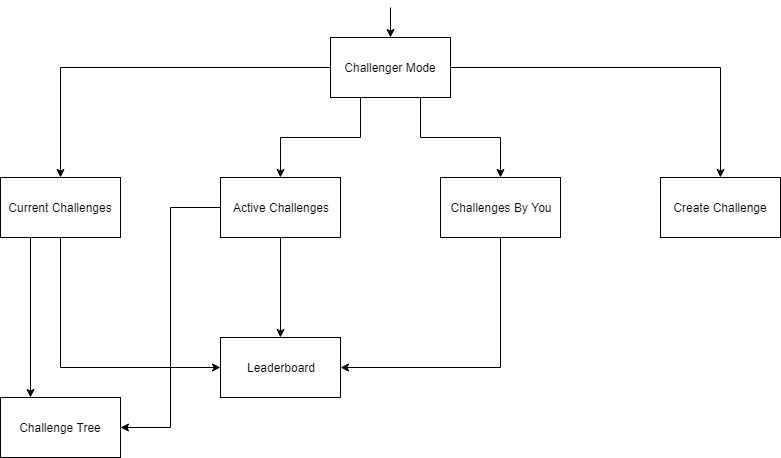
AniG007/TreeCare-Tournament keeps this draw.io diagram as Flowcharts/Challenger mode flowchart.png. Above is the earlier version. Source tidied: cells renumbered, new cells last; positions are measured from the earlier drawing's top-left corner, leaving out a move shared by most shapes.
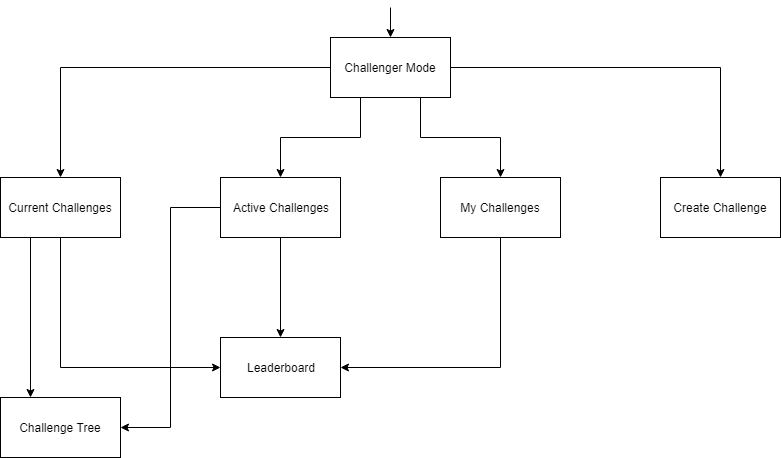
After the change.

What changed in the source:
```diff
@@ -43,7 +43,7 @@
     <mxCell id="14" style="edgeStyle=orthogonalEdgeStyle;rounded=0;jettySize=auto;html=1;exitX=0.5;exitY=1;exitDx=0;exitDy=0;entryX=1;entryY=0.5;entryDx=0;entryDy=0;" parent="1" edge="1" source="15" target="17">
       <mxGeometry relative="1" as="geometry" />
     </mxCell>
-    <mxCell id="15" value="Challenges By You" style="rounded=0;whiteSpace=wrap;html=1;" parent="1" vertex="1">
+    <mxCell id="15" value="My Challenges" style="rounded=0;whiteSpace=wrap;html=1;" parent="1" vertex="1">
       <mxGeometry x="440" y="170" width="120" height="60" as="geometry" />
     </mxCell>
     <mxCell id="16" value="Create Challenge" style="rounded=0;whiteSpace=wrap;html=1;" parent="1" vertex="1">
```
